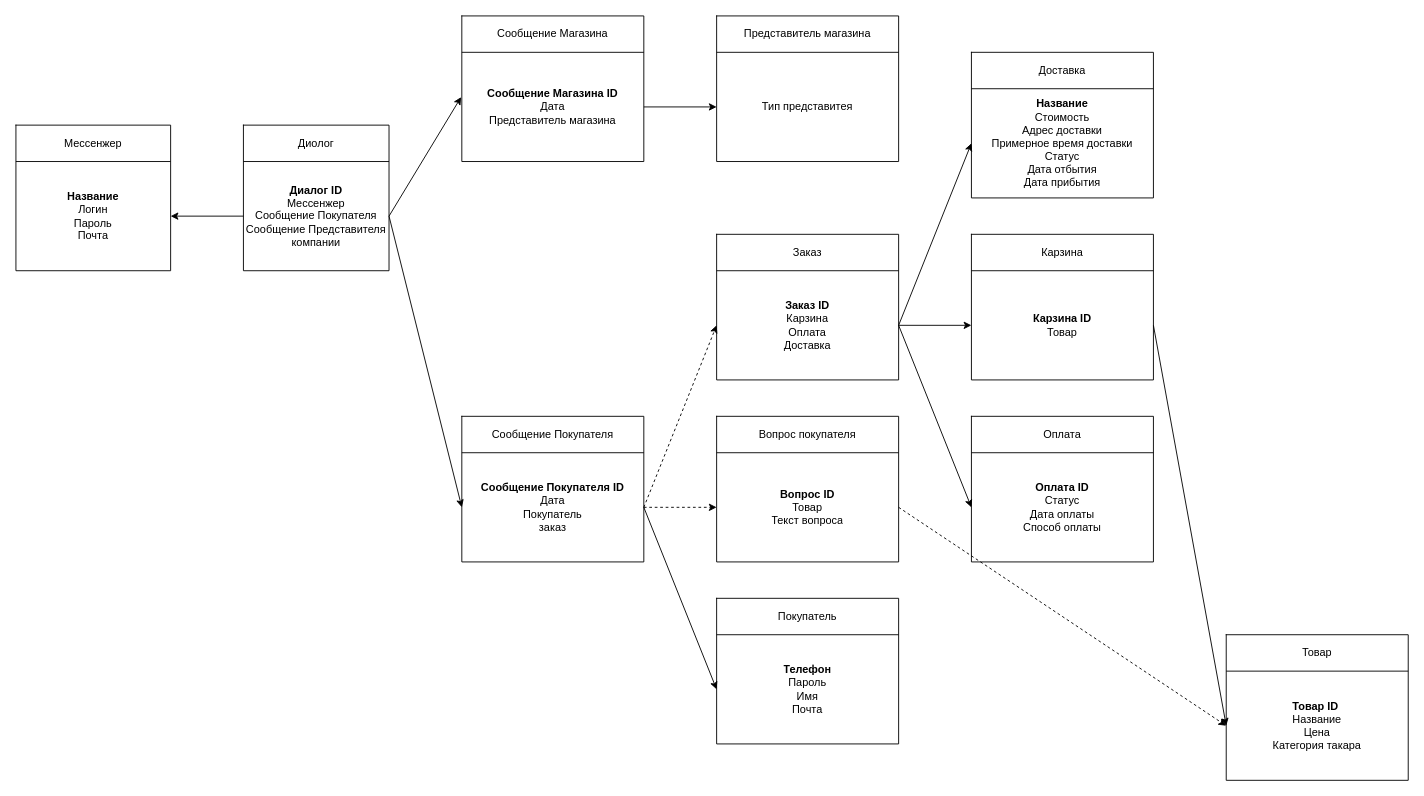
The draw.io diagram Untitled Diagram.drawio in HegelPro/db-diagram, before the edit. Source tidied: cells renumbered, new cells numbered last; positions are measured from the earlier drawing's top-left corner, leaving out a move shared by most shapes. Both pictures are drawn from the tidied source at 91%, with x=0, y=0 at pixel (15, 15).
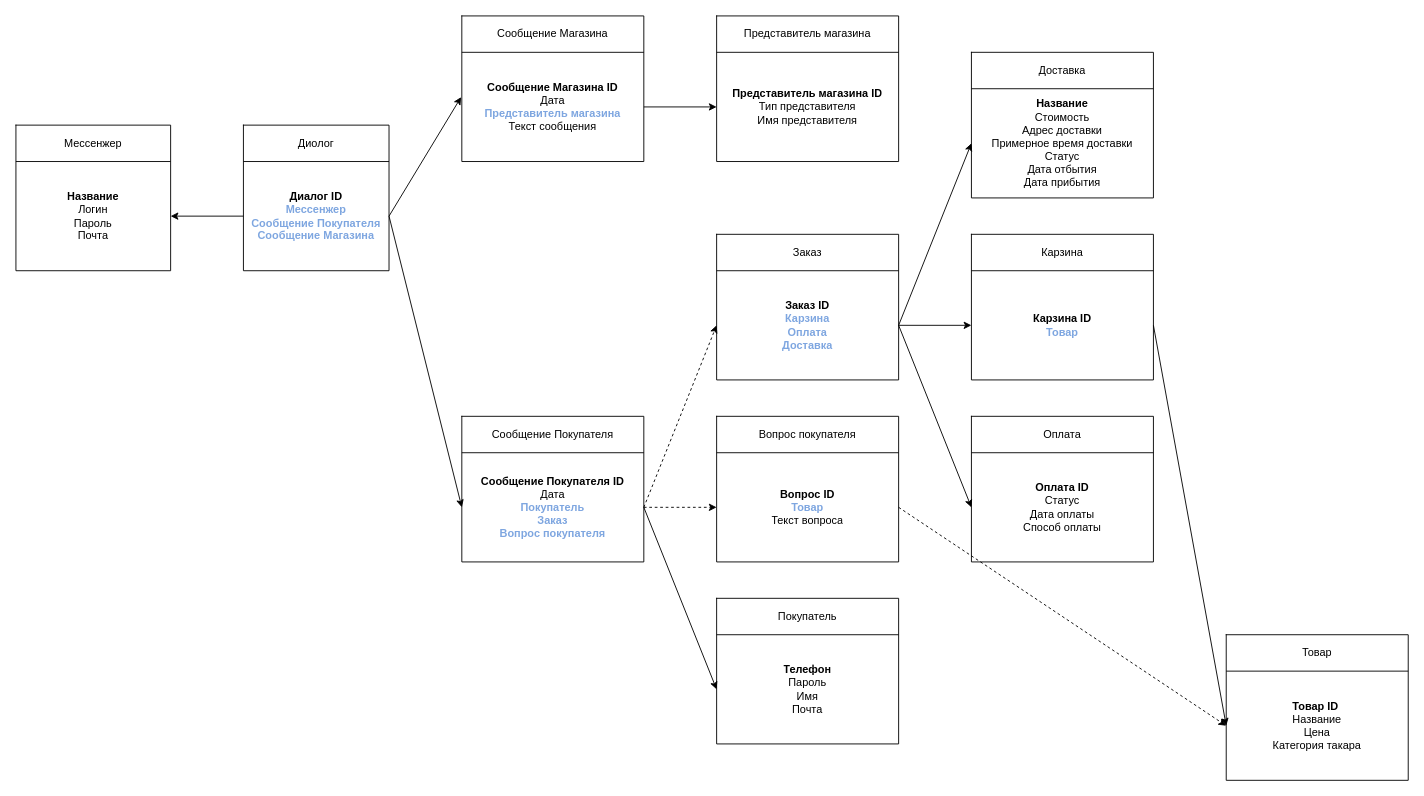
After the change.

The change refers to these unchanged cells:
```xml
<mxCell id="11" style="shape=partialRectangle;html=1;whiteSpace=wrap;fillColor=none;top=0;left=0;bottom=0;right=0;points=[[0,0.5],[1,0.5]];portConstraint=eastwest;" parent="8" vertex="1">
  <mxGeometry y="40" width="200" height="120" as="geometry" />
</mxCell>
<mxCell id="16" style="shape=partialRectangle;html=1;whiteSpace=wrap;fillColor=none;top=0;left=0;bottom=0;right=0;points=[[0,0.5],[1,0.5]];portConstraint=eastwest;" parent="13" vertex="1">
  <mxGeometry y="40" width="160" height="120" as="geometry" />
</mxCell>
<mxCell id="26" style="shape=partialRectangle;html=1;whiteSpace=wrap;fillColor=none;top=0;left=0;bottom=0;right=0;points=[[0,0.5],[1,0.5]];portConstraint=eastwest;" parent="23" vertex="1">
  <mxGeometry y="40" width="200" height="120" as="geometry" />
</mxCell>
<mxCell id="31" style="shape=partialRectangle;html=1;whiteSpace=wrap;fillColor=none;top=0;left=0;bottom=0;right=0;points=[[0,0.5],[1,0.5]];portConstraint=eastwest;" parent="28" vertex="1">
  <mxGeometry y="40" width="200" height="120" as="geometry" />
</mxCell>
<mxCell id="36" style="shape=partialRectangle;html=1;whiteSpace=wrap;fillColor=none;top=0;left=0;bottom=0;right=0;points=[[0,0.5],[1,0.5]];portConstraint=eastwest;" parent="33" vertex="1">
  <mxGeometry y="40" width="200" height="120" as="geometry" />
</mxCell>
<mxCell id="42" style="shape=partialRectangle;html=1;whiteSpace=wrap;fillColor=none;top=0;left=0;bottom=0;right=0;points=[[0,0.5],[1,0.5]];portConstraint=eastwest;" parent="38" vertex="1">
  <mxGeometry y="40" width="200" height="120" as="geometry" />
</mxCell>
<mxCell id="71" style="shape=partialRectangle;html=1;whiteSpace=wrap;fillColor=none;top=0;left=0;bottom=0;right=0;points=[[0,0.5],[1,0.5]];portConstraint=eastwest;" parent="68" vertex="1">
  <mxGeometry y="40" width="200" height="120" as="geometry" />
</mxCell>
```

The edit, as a diff of the source:
```diff
@@
-    <mxCell id="12" value="&lt;b&gt;Сообщение Покупателя ID&lt;/b&gt;&lt;br&gt;Дата&lt;br&gt;Покупатель&lt;br&gt;заказ" style="shape=partialRectangle;html=1;whiteSpace=wrap;overflow=hidden;fillColor=none;top=0;left=0;bottom=0;right=0;" parent="11" vertex="1">
+    <mxCell id="12" value="&lt;b&gt;Сообщение Покупателя ID&lt;/b&gt;&lt;br&gt;Дата&lt;br&gt;&lt;b style=&quot;color: rgb(126 , 166 , 224)&quot;&gt;Покупатель&lt;/b&gt;&lt;br&gt;&lt;b style=&quot;color: rgb(126 , 166 , 224)&quot;&gt;Заказ&lt;/b&gt;&lt;br&gt;&lt;b style=&quot;color: rgb(126 , 166 , 224)&quot;&gt;Вопрос покупателя&lt;/b&gt;" style="shape=partialRectangle;html=1;whiteSpace=wrap;overflow=hidden;fillColor=none;top=0;left=0;bottom=0;right=0;" parent="11" vertex="1">
       <mxGeometry width="200" height="120" as="geometry" />
     </mxCell>
@@
-    <mxCell id="17" value="&lt;b&gt;Диалог ID&lt;br&gt;&lt;/b&gt;Мессенжер&lt;br&gt;Сообщение Покупателя&lt;br&gt;Сообщение Представителя компании" style="shape=partialRectangle;html=1;whiteSpace=wrap;overflow=hidden;fillColor=none;top=0;left=0;bottom=0;right=0;" parent="16" vertex="1">
+    <mxCell id="17" value="&lt;b&gt;Диалог ID&lt;br&gt;&lt;font color=&quot;#7ea6e0&quot;&gt;Мессенжер&lt;br&gt;Сообщение Покупателя&lt;br&gt;Сообщение Магазина&lt;/font&gt;&lt;/b&gt;" style="shape=partialRectangle;html=1;whiteSpace=wrap;overflow=hidden;fillColor=none;top=0;left=0;bottom=0;right=0;" parent="16" vertex="1">
       <mxGeometry width="160" height="120" as="geometry" />
     </mxCell>
@@
-    <mxCell id="27" value="&lt;b&gt;Карзина ID&lt;br&gt;&lt;/b&gt;Товар&lt;b&gt;&lt;br&gt;&lt;/b&gt;" style="shape=partialRectangle;html=1;whiteSpace=wrap;overflow=hidden;fillColor=none;top=0;left=0;bottom=0;right=0;" parent="26" vertex="1">
+    <mxCell id="27" value="&lt;b&gt;Карзина ID&lt;br&gt;&lt;font color=&quot;#7ea6e0&quot;&gt;Товар&lt;/font&gt;&lt;br&gt;&lt;/b&gt;" style="shape=partialRectangle;html=1;whiteSpace=wrap;overflow=hidden;fillColor=none;top=0;left=0;bottom=0;right=0;" parent="26" vertex="1">
       <mxGeometry width="200" height="120" as="geometry" />
     </mxCell>
@@
-    <mxCell id="32" value="&lt;b&gt;Заказ ID&lt;/b&gt;&lt;br&gt;Карзина&lt;br&gt;Оплата&lt;br&gt;Доставка" style="shape=partialRectangle;html=1;whiteSpace=wrap;overflow=hidden;fillColor=none;top=0;left=0;bottom=0;right=0;" parent="31" vertex="1">
+    <mxCell id="32" value="&lt;b&gt;Заказ ID&lt;/b&gt;&lt;br&gt;&lt;font color=&quot;#7ea6e0&quot;&gt;&lt;b&gt;Карзина&lt;br&gt;Оплата&lt;br&gt;Доставка&lt;/b&gt;&lt;/font&gt;" style="shape=partialRectangle;html=1;whiteSpace=wrap;overflow=hidden;fillColor=none;top=0;left=0;bottom=0;right=0;" parent="31" vertex="1">
       <mxGeometry width="200" height="120" as="geometry" />
     </mxCell>
@@
-    <mxCell id="37" value="Тип представитея" style="shape=partialRectangle;html=1;whiteSpace=wrap;overflow=hidden;fillColor=none;top=0;left=0;bottom=0;right=0;" parent="36" vertex="1">
+    <mxCell id="37" value="&lt;b&gt;Представитель магазина ID&lt;/b&gt;&lt;br&gt;Тип представителя&lt;br&gt;Имя представителя" style="shape=partialRectangle;html=1;whiteSpace=wrap;overflow=hidden;fillColor=none;top=0;left=0;bottom=0;right=0;" parent="36" vertex="1">
       <mxGeometry width="200" height="120" as="geometry" />
     </mxCell>
@@
-    <mxCell id="43" value="&lt;b&gt;Сообщение Магазина ID&lt;/b&gt;&lt;br&gt;Дата&lt;br&gt;Представитель магазина" style="shape=partialRectangle;html=1;whiteSpace=wrap;overflow=hidden;fillColor=none;top=0;left=0;bottom=0;right=0;" parent="42" vertex="1">
+    <mxCell id="43" value="&lt;b&gt;Сообщение Магазина ID&lt;/b&gt;&lt;br&gt;Дата&lt;br&gt;&lt;b&gt;&lt;font color=&quot;#7ea6e0&quot;&gt;Представитель магазина&lt;/font&gt;&lt;/b&gt;&lt;br&gt;Текст сообщения" style="shape=partialRectangle;html=1;whiteSpace=wrap;overflow=hidden;fillColor=none;top=0;left=0;bottom=0;right=0;" parent="42" vertex="1">
       <mxGeometry width="200" height="120" as="geometry" />
     </mxCell>
@@
-    <mxCell id="72" value="&lt;b&gt;Вопрос ID&lt;/b&gt;&lt;br&gt;Товар&lt;br&gt;Текст вопроса" style="shape=partialRectangle;html=1;whiteSpace=wrap;overflow=hidden;fillColor=none;top=0;left=0;bottom=0;right=0;" parent="71" vertex="1">
+    <mxCell id="72" value="&lt;b&gt;Вопрос ID&lt;/b&gt;&lt;br&gt;&lt;b&gt;&lt;font color=&quot;#7ea6e0&quot;&gt;Товар&lt;/font&gt;&lt;/b&gt;&lt;br&gt;Текст вопроса" style="shape=partialRectangle;html=1;whiteSpace=wrap;overflow=hidden;fillColor=none;top=0;left=0;bottom=0;right=0;" parent="71" vertex="1">
       <mxGeometry width="200" height="120" as="geometry" />
     </mxCell>
```
